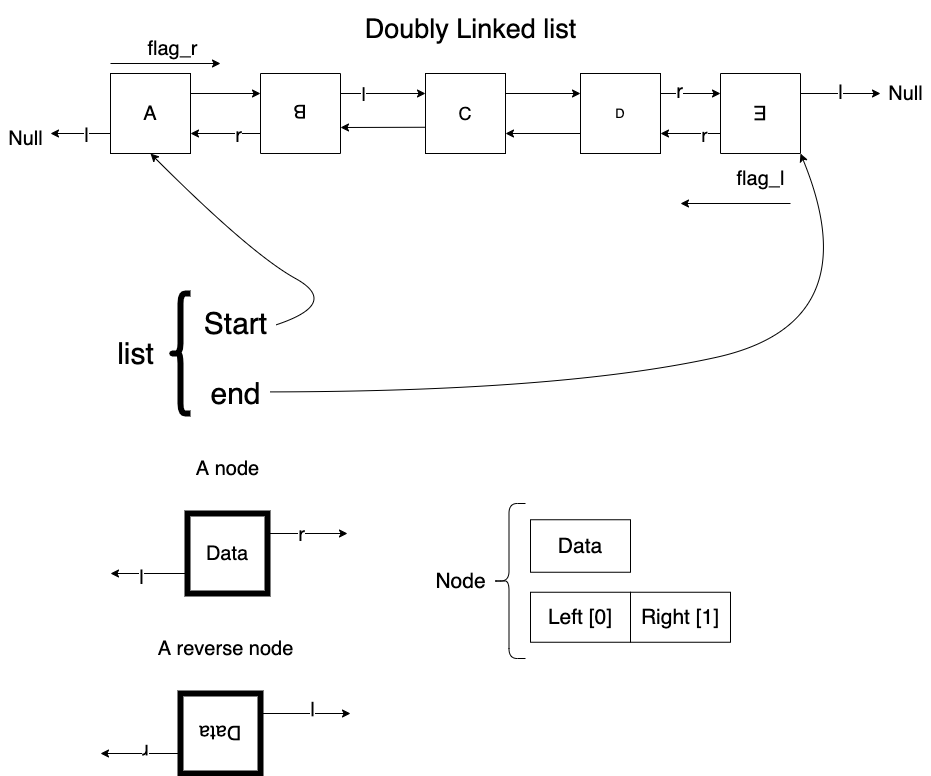
The draw.io diagram img/Plan.png in stevengogogo/DSA-WastonAbili, before a commit. Source tidied: cells renumbered, new cells last; positions are measured from the earlier drawing's top-left corner, leaving out a move shared by most shapes.
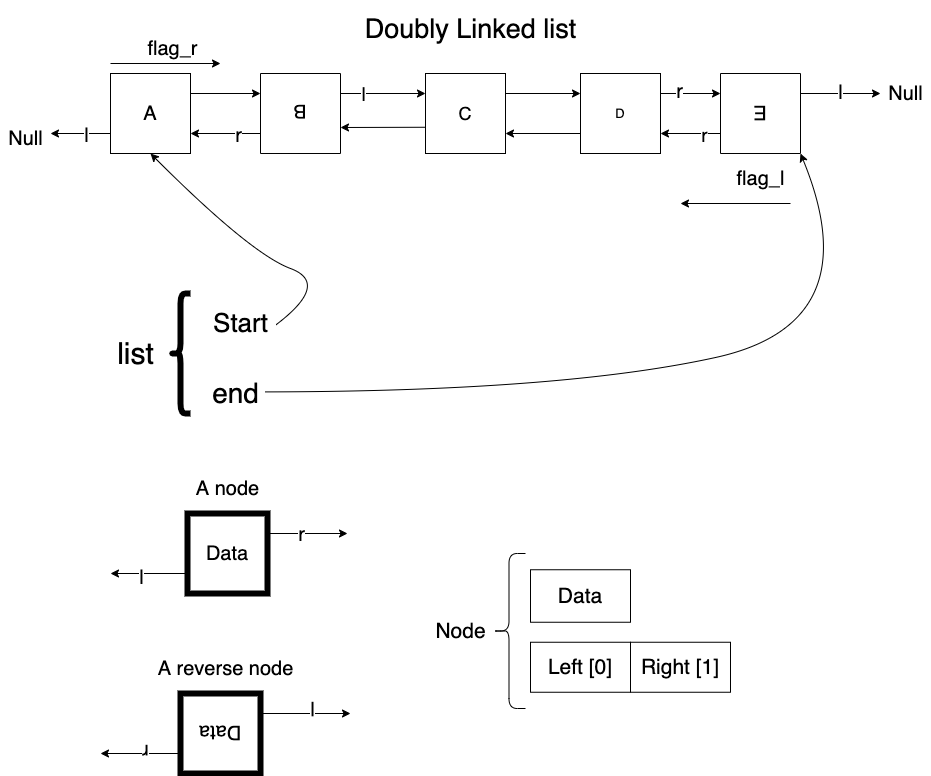
The same file after the commit.

Diff of the diagram source:
```diff
@@ -104,16 +104,16 @@
     <mxCell id="31" style="shape=curlyBracket;whiteSpace=wrap;html=1;rounded=1;strokeWidth=6;fontSize=30;" parent="1" vertex="1">
       <mxGeometry x="170" y="290" width="20" height="120" as="geometry" />
     </mxCell>
-    <mxCell id="32" value="Start" style="text;html=1;align=center;verticalAlign=middle;points=[];fontSize=30;" parent="1" vertex="1">
-      <mxGeometry x="195" y="300" width="80" height="40" as="geometry" />
+    <mxCell id="32" value="Start" style="text;html=1;align=center;verticalAlign=middle;points=[];fontSize=26;" parent="1" vertex="1">
+      <mxGeometry x="205" y="300" width="70" height="40" as="geometry" />
     </mxCell>
-    <mxCell id="33" value="end" style="text;html=1;align=center;verticalAlign=middle;points=[];fontSize=30;" parent="1" vertex="1">
-      <mxGeometry x="200" y="370" width="70" height="40" as="geometry" />
+    <mxCell id="33" value="end" style="text;html=1;align=center;verticalAlign=middle;points=[];fontSize=28;" parent="1" vertex="1">
+      <mxGeometry x="205" y="370" width="60" height="40" as="geometry" />
     </mxCell>
     <mxCell id="34" style="curved=1;endArrow=classic;html=1;fontSize=30;exitX=1.005;exitY=0.535;exitDx=0;exitDy=0;exitPerimeter=0;entryX=0.5;entryY=1;entryDx=0;entryDy=0;" parent="1" edge="1" source="32" target="11">
       <mxGeometry relative="1" as="geometry">
         <Array as="points">
-          <mxPoint x="340" y="300" />
+          <mxPoint x="330" y="280" />
           <mxPoint x="250" y="250" />
         </Array>
       </mxGeometry>
@@ -127,7 +127,7 @@
       </mxGeometry>
     </mxCell>
     <mxCell id="36" style="group;" parent="1" vertex="1">
-      <mxGeometry x="425" y="500" width="305" height="155" as="geometry" />
+      <mxGeometry x="425" y="550" width="305" height="155" as="geometry" />
     </mxCell>
     <mxCell id="37" value="Node" style="text;html=1;align=center;verticalAlign=middle;fontSize=21;" parent="36" vertex="1">
       <mxGeometry y="62.5" width="70" height="30" as="geometry" />
@@ -170,7 +170,7 @@
       <mxGeometry x="-0.18" relative="1" as="geometry" />
     </mxCell>
     <mxCell id="49" value="A reverse node" style="text;html=1;align=center;verticalAlign=middle;fontSize=20;" parent="42" vertex="1">
-      <mxGeometry x="50" width="150" height="30" as="geometry" />
+      <mxGeometry x="50" y="20" width="150" height="30" as="geometry" />
     </mxCell>
     <mxCell id="50" style="group;" parent="1" vertex="1">
       <mxGeometry x="110" y="450" width="237" height="140" as="geometry" />
@@ -195,7 +195,7 @@
       <mxGeometry x="-0.18" relative="1" as="geometry" />
     </mxCell>
     <mxCell id="56" value="A node" style="text;html=1;align=center;verticalAlign=middle;fontSize=20;" parent="50" vertex="1">
-      <mxGeometry x="77" width="80" height="30" as="geometry" />
+      <mxGeometry x="77" y="20" width="80" height="30" as="geometry" />
     </mxCell>
   </root>
 </mxGraphModel>
```
